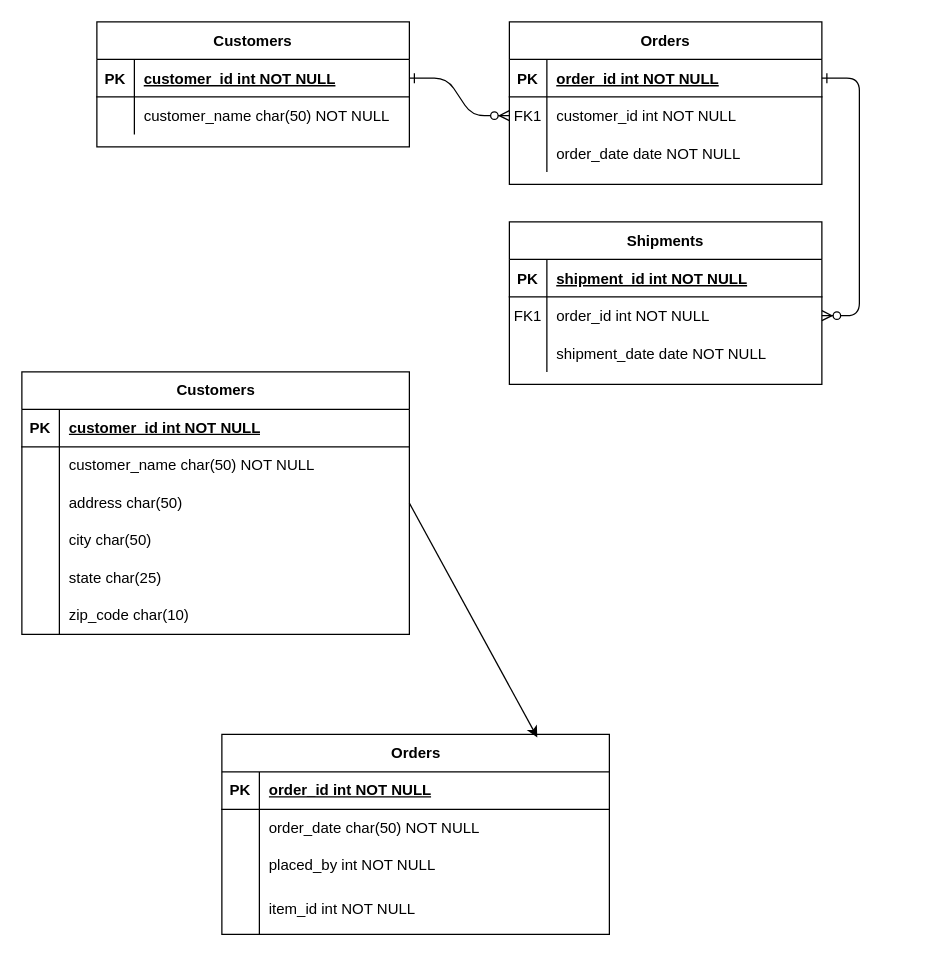
adao74/311_wk4_day2_node_mysql keeps this draw.io diagram as Untitled Diagram.drawio. Above is the earlier version. Source tidied: cells renumbered, new cells numbered last; positions are measured from the earlier drawing's top-left corner, leaving out a move shared by most shapes. Both pictures are drawn from the tidied source at 125%, with x=0, y=0 at pixel (21, 21).
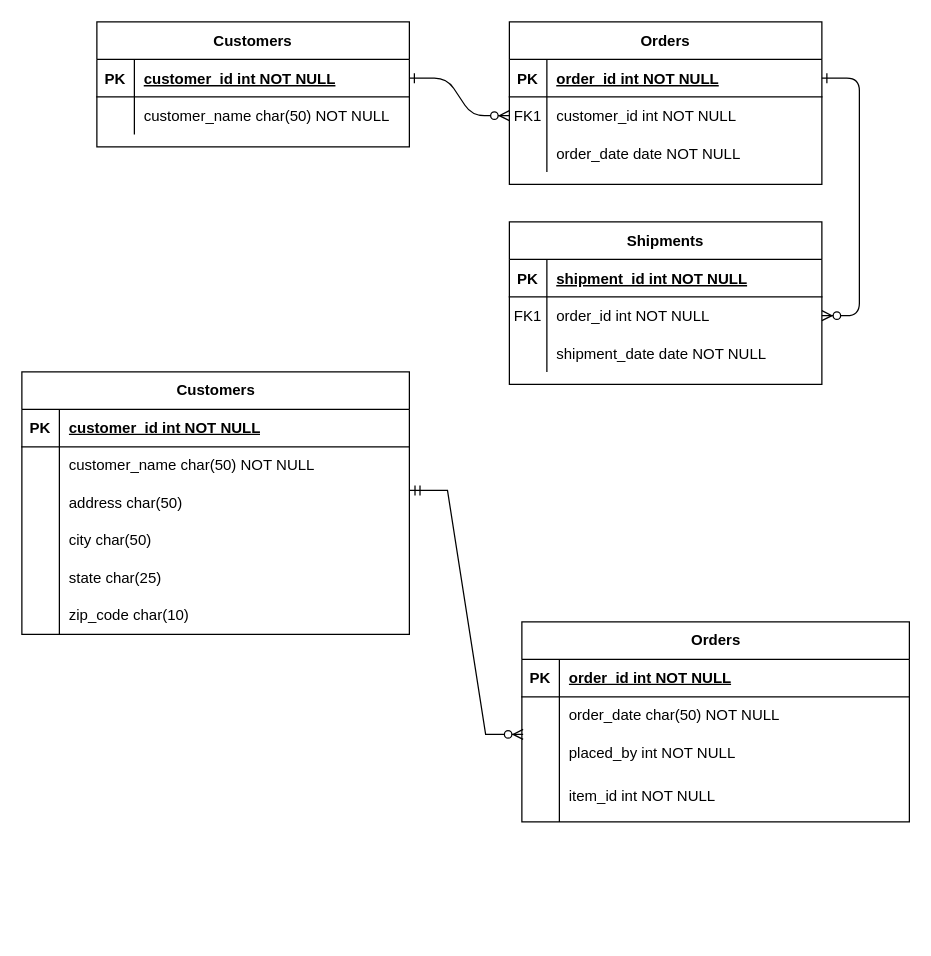
After the change.

Commit message:
Update arrow for customer to order table.drawio

The change refers to these unchanged cells:
```xml
<mxCell id="38" style="shape=tableRow;horizontal=0;startSize=0;swimlaneHead=0;swimlaneBody=0;fillColor=none;points=[[0,0.5],[1,0.5]];portConstraint=eastwest;top=0;left=0;right=0;bottom=0;" parent="31" vertex="1">
  <mxGeometry y="90" width="310" height="30" as="geometry" />
</mxCell>
```

What changed in the source:
```diff
@@
     <mxCell id="50" value="Orders" style="shape=table;startSize=30;childLayout=tableLayout;rowLines=0;fontStyle=1;align=center;html=1;" parent="1" vertex="1">
-      <mxGeometry x="160" y="570" width="310" height="160" as="geometry" />
+      <mxGeometry x="400" y="480" width="310" height="160" as="geometry" />
     </mxCell>
@@
-    <mxCell id="63" style="edgeStyle=none;rounded=0;jettySize=auto;html=1;exitX=1;exitY=0.5;exitDx=0;exitDy=0;entryX=0.814;entryY=0.015;entryDx=0;entryDy=0;entryPerimeter=0;" parent="1" edge="1" source="38" target="50">
-      <mxGeometry relative="1" as="geometry" />
-    </mxCell>
+    <mxCell id="64" style="edgeStyle=entityRelationEdgeStyle;fontSize=12;html=1;endArrow=ERzeroToMany;startArrow=ERmandOne;rounded=0;exitX=0.966;exitY=0.16;exitDx=0;exitDy=0;exitPerimeter=0;" parent="1" edge="1">
+      <mxGeometry relative="1" as="geometry">
+        <mxPoint x="310.5" y="374.8" as="sourcePoint" />
+        <mxPoint x="401" y="570" as="targetPoint" />
+        <Array as="points">
+          <mxPoint x="406" y="412.8" />
+          <mxPoint x="391" y="490" />
+          <mxPoint x="411" y="480" />
+          <mxPoint x="416" y="450" />
+          <mxPoint x="431" y="440" />
+          <mxPoint x="326" y="572.8" />
+        </Array>
+      </mxGeometry>
+    </mxCell>
```
